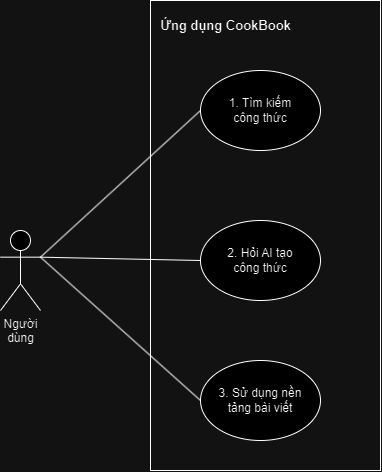
Before: CookBook_revised1.drawio.png, a diagram exported from draw.io (hotcat190/cookbook-sequence-diagrams). Source tidied: cells renumbered, new cells last; positions are measured from the earlier drawing's top-left corner, leaving out a move shared by most shapes.
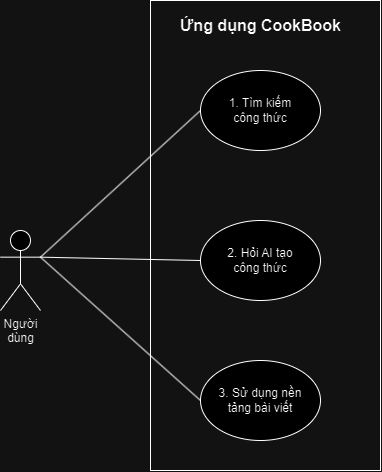
Later version of the same file.

What changed in the source:
```diff
@@ -11,8 +11,8 @@
     <mxCell id="4" style="endArrow=none;html=1;rounded=0;entryX=0;entryY=0.5;entryDx=0;entryDy=0;exitX=1;exitY=0.3333333333333333;exitDx=0;exitDy=0;exitPerimeter=0;fontSize=12;" parent="1" edge="1" source="3" target="8">
       <mxGeometry relative="1" as="geometry" />
     </mxCell>
-    <mxCell id="5" value="&lt;div&gt;&lt;span style=&quot;background-color: initial;&quot;&gt;Ứng dụng CookBook&lt;/span&gt;&lt;br&gt;&lt;/div&gt;" style="text;strokeColor=none;fillColor=none;html=1;fontSize=13;fontStyle=1;verticalAlign=middle;align=center;" parent="1" vertex="1">
-      <mxGeometry x="150" width="150" height="50" as="geometry" />
+    <mxCell id="5" value="&lt;div&gt;&lt;span style=&quot;background-color: initial;&quot;&gt;Ứng dụng CookBook&lt;/span&gt;&lt;br&gt;&lt;/div&gt;" style="text;strokeColor=none;fillColor=none;html=1;fontSize=16;fontStyle=1;verticalAlign=middle;align=center;" parent="1" vertex="1">
+      <mxGeometry x="185" width="150" height="50" as="geometry" />
     </mxCell>
     <mxCell id="6" style="endArrow=none;html=1;rounded=0;exitX=1;exitY=0.3333333333333333;exitDx=0;exitDy=0;exitPerimeter=0;entryX=0;entryY=0.5;entryDx=0;entryDy=0;fontSize=12;" parent="1" edge="1" source="3" target="9">
       <mxGeometry relative="1" as="geometry" />
```
